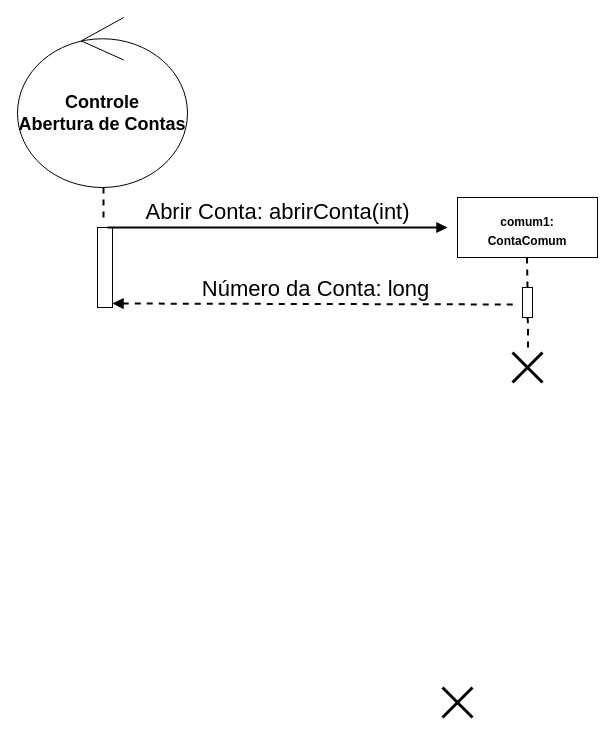
This is page "Página-2" (2 of 6) of DiaGramaDeSequencia.drawio from FcoCarlosBarbosaMartins/ModelagemDeSistemas_Daniel, a draw.io file, before an edit. Source tidied: cells renumbered, new cells numbered last; positions are measured from the earlier drawing's top-left corner, leaving out a move shared by most shapes. Both pictures are drawn from the tidied source at 100%, with x=0, y=0 at pixel (17, 17).
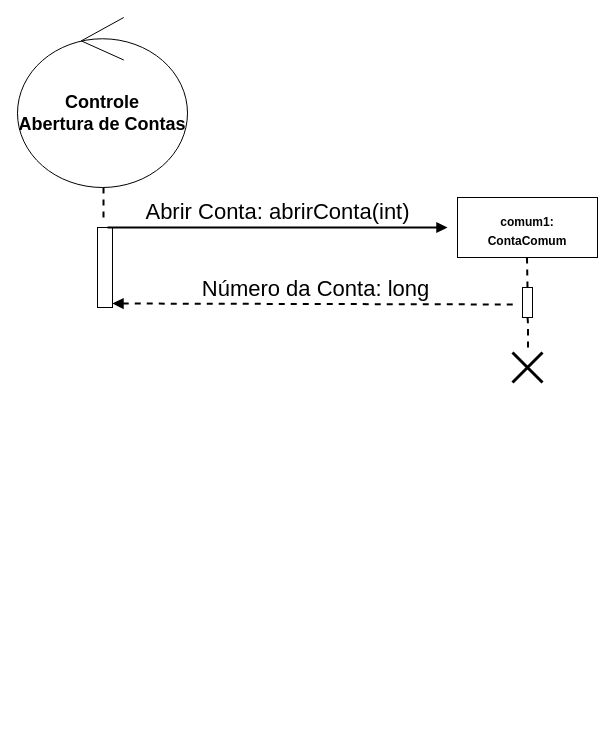
The same diagram, later.

Change to the diagram source:
```diff
@@
 <mxGraphModel>
   <root>
     <mxCell id="0" />
     <mxCell id="1" parent="0" />
     <mxCell id="2" value="Controle&lt;br&gt;Abertura de Contas" style="ellipse;shape=umlControl;whiteSpace=wrap;html=1;fontStyle=1;fontSize=18;" parent="1" vertex="1">
       <mxGeometry width="170" height="170" as="geometry" />
     </mxCell>
     <mxCell id="3" style="html=1;verticalAlign=bottom;endArrow=none;dashed=1;endSize=8;fontSize=14;exitX=0.506;exitY=1;exitDx=0;exitDy=0;exitPerimeter=0;horizontal=1;startArrow=none;startFill=0;endFill=0;strokeWidth=2;" parent="1" edge="1" source="2">
       <mxGeometry x="0.33" y="174" relative="1" as="geometry">
         <mxPoint x="86" y="200" as="targetPoint" />
       </mxGeometry>
     </mxCell>
-    <mxCell id="4" style="shape=umlDestroy;whiteSpace=wrap;html=1;strokeWidth=3;fontSize=22;" parent="1" vertex="1">
-      <mxGeometry x="425" y="670" width="30" height="30" as="geometry" />
-    </mxCell>
     <mxCell id="5" style="html=1;points=[];perimeter=orthogonalPerimeter;fontSize=22;" parent="1" vertex="1">
       <mxGeometry x="80" y="210" width="15" height="80" as="geometry" />
     </mxCell>
     <mxCell id="6" value="Abrir Conta: abrirConta(int)" style="html=1;verticalAlign=bottom;endArrow=none;strokeWidth=2;fontSize=22;endFill=0;startArrow=block;startFill=1;" parent="1" edge="1">
       <mxGeometry relative="1" as="geometry">
         <mxPoint x="430" y="210" as="sourcePoint" />
         <mxPoint x="90" y="210" as="targetPoint" />
       </mxGeometry>
     </mxCell>
     <mxCell id="7" value="Número da Conta: long" style="html=1;verticalAlign=bottom;endArrow=none;dashed=1;endSize=8;exitX=1;exitY=0.95;strokeWidth=2;fontSize=22;startArrow=block;startFill=1;endFill=0;" parent="1" edge="1" source="5">
       <mxGeometry relative="1" as="geometry">
         <mxPoint x="500" y="287" as="targetPoint" />
       </mxGeometry>
     </mxCell>
     <mxCell id="8" value="&lt;p style=&quot;margin: 0px ; margin-top: 4px ; text-align: center&quot;&gt;&lt;br&gt;&lt;b&gt;comum1:&lt;/b&gt;&lt;/p&gt;&lt;p style=&quot;margin: 0px ; margin-top: 4px ; text-align: center&quot;&gt;&lt;b&gt;ContaComum&lt;/b&gt;&lt;/p&gt;" style="verticalAlign=top;align=left;overflow=fill;fontSize=12;fontFamily=Helvetica;html=1;" parent="1" vertex="1">
       <mxGeometry x="440" y="180" width="140" height="60" as="geometry" />
     </mxCell>
     <mxCell id="9" style="html=1;verticalAlign=bottom;endArrow=none;dashed=1;endSize=8;strokeWidth=2;fontSize=22;endFill=0;" parent="1" edge="1">
       <mxGeometry relative="1" as="geometry">
         <mxPoint x="509.5" y="240" as="sourcePoint" />
         <mxPoint x="510" y="270" as="targetPoint" />
       </mxGeometry>
     </mxCell>
     <mxCell id="10" style="html=1;perimeter=orthogonalPerimeter;fontSize=22;" parent="1" vertex="1">
       <mxGeometry x="505" y="270" width="10" height="30" as="geometry" />
     </mxCell>
     <mxCell id="11" style="shape=umlDestroy;whiteSpace=wrap;html=1;strokeWidth=3;fontSize=22;" parent="1" vertex="1">
       <mxGeometry x="495" y="335" width="30" height="30" as="geometry" />
     </mxCell>
     <mxCell id="12" style="html=1;verticalAlign=bottom;endArrow=none;dashed=1;endSize=8;strokeWidth=2;fontSize=22;endFill=0;" parent="1" edge="1">
       <mxGeometry relative="1" as="geometry">
         <mxPoint x="510" y="300" as="sourcePoint" />
         <mxPoint x="510.5" y="330" as="targetPoint" />
         <Array as="points">
           <mxPoint x="510.5" y="305" />
         </Array>
       </mxGeometry>
     </mxCell>
   </root>
 </mxGraphModel>
```
